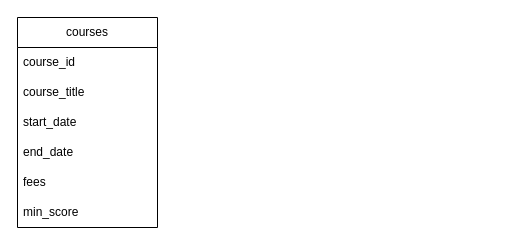
Above: student_management_system/designs/student_class_diagram.drawio in avk1996/MiniProject (draw.io), before the change. Source tidied: cells renumbered, new cells numbered last; positions are measured from the earlier drawing's top-left corner, leaving out a move shared by most shapes. Both pictures are drawn from the tidied source at 100%, with x=0, y=0 at pixel (17, 17).
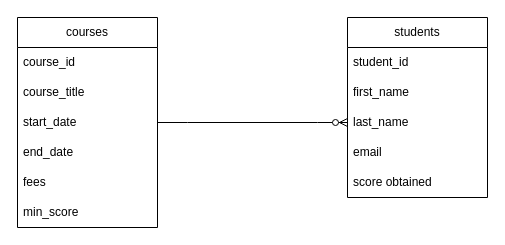
The same page after the edit.

Commit message (it also covers changes not shown here):
student entity added with CURD operations

Change to the diagram source:
```diff
@@
 <mxGraphModel>
   <root>
     <mxCell id="0" />
     <mxCell id="1" parent="0" />
     <mxCell id="2" value="courses" style="swimlane;fontStyle=0;horizontal=1;startSize=30;whiteSpace=wrap;html=1;" parent="1" vertex="1">
       <mxGeometry width="140" height="210" as="geometry" />
     </mxCell>
     <mxCell id="3" value="course_id" style="text;strokeColor=none;fillColor=none;align=left;verticalAlign=middle;spacingLeft=4;spacingRight=4;overflow=hidden;whiteSpace=wrap;html=1;" parent="2" vertex="1">
       <mxGeometry y="30" width="140" height="30" as="geometry" />
     </mxCell>
     <mxCell id="4" value="course_title" style="text;strokeColor=none;fillColor=none;align=left;verticalAlign=middle;spacingLeft=4;spacingRight=4;overflow=hidden;whiteSpace=wrap;html=1;" parent="2" vertex="1">
       <mxGeometry y="60" width="140" height="30" as="geometry" />
     </mxCell>
     <mxCell id="5" value="start_date" style="text;strokeColor=none;fillColor=none;align=left;verticalAlign=middle;spacingLeft=4;spacingRight=4;overflow=hidden;points=[[0,0.5],[1,0.5]];portConstraint=eastwest;whiteSpace=wrap;html=1;" parent="2" vertex="1">
       <mxGeometry y="90" width="140" height="30" as="geometry" />
     </mxCell>
     <mxCell id="6" value="end_date" style="text;strokeColor=none;fillColor=none;align=left;verticalAlign=middle;spacingLeft=4;spacingRight=4;overflow=hidden;whiteSpace=wrap;html=1;" parent="2" vertex="1">
       <mxGeometry y="120" width="140" height="30" as="geometry" />
     </mxCell>
     <mxCell id="7" value="fees" style="text;strokeColor=none;fillColor=none;align=left;verticalAlign=middle;spacingLeft=4;spacingRight=4;overflow=hidden;whiteSpace=wrap;html=1;" parent="2" vertex="1">
       <mxGeometry y="150" width="140" height="30" as="geometry" />
     </mxCell>
     <mxCell id="8" value="min_score" style="text;strokeColor=none;fillColor=none;align=left;verticalAlign=middle;spacingLeft=4;spacingRight=4;overflow=hidden;whiteSpace=wrap;html=1;" parent="2" vertex="1">
       <mxGeometry y="180" width="140" height="30" as="geometry" />
     </mxCell>
+    <mxCell id="9" value="students" style="swimlane;fontStyle=0;horizontal=1;startSize=30;whiteSpace=wrap;html=1;" parent="1" vertex="1">
+      <mxGeometry x="330" width="140" height="180" as="geometry" />
+    </mxCell>
+    <mxCell id="10" value="student_id&lt;span style=&quot;white-space: pre;&quot;&gt;&#9;&lt;/span&gt;" style="text;strokeColor=none;fillColor=none;align=left;verticalAlign=middle;spacingLeft=4;spacingRight=4;overflow=hidden;whiteSpace=wrap;html=1;" parent="9" vertex="1">
+      <mxGeometry y="30" width="140" height="30" as="geometry" />
+    </mxCell>
+    <mxCell id="11" value="first_name" style="text;strokeColor=none;fillColor=none;align=left;verticalAlign=middle;spacingLeft=4;spacingRight=4;overflow=hidden;whiteSpace=wrap;html=1;" parent="9" vertex="1">
+      <mxGeometry y="60" width="140" height="30" as="geometry" />
+    </mxCell>
+    <mxCell id="12" value="last_name" style="text;strokeColor=none;fillColor=none;align=left;verticalAlign=middle;spacingLeft=4;spacingRight=4;overflow=hidden;points=[[0,0.5],[1,0.5]];portConstraint=eastwest;whiteSpace=wrap;html=1;" parent="9" vertex="1">
+      <mxGeometry y="90" width="140" height="30" as="geometry" />
+    </mxCell>
+    <mxCell id="13" value="email" style="text;strokeColor=none;fillColor=none;align=left;verticalAlign=middle;spacingLeft=4;spacingRight=4;overflow=hidden;whiteSpace=wrap;html=1;" parent="9" vertex="1">
+      <mxGeometry y="120" width="140" height="30" as="geometry" />
+    </mxCell>
+    <mxCell id="14" value="score obtained" style="text;strokeColor=none;fillColor=none;align=left;verticalAlign=middle;spacingLeft=4;spacingRight=4;overflow=hidden;whiteSpace=wrap;html=1;" parent="9" vertex="1">
+      <mxGeometry y="150" width="140" height="30" as="geometry" />
+    </mxCell>
+    <mxCell id="15" style="edgeStyle=entityRelationEdgeStyle;fontSize=12;html=1;endArrow=ERzeroToMany;endFill=1;rounded=0;entryX=0;entryY=0.5;entryDx=0;entryDy=0;exitX=1;exitY=0.5;exitDx=0;exitDy=0;" parent="1" edge="1" source="5" target="12">
+      <mxGeometry relative="1" as="geometry" />
+    </mxCell>
   </root>
 </mxGraphModel>
```
